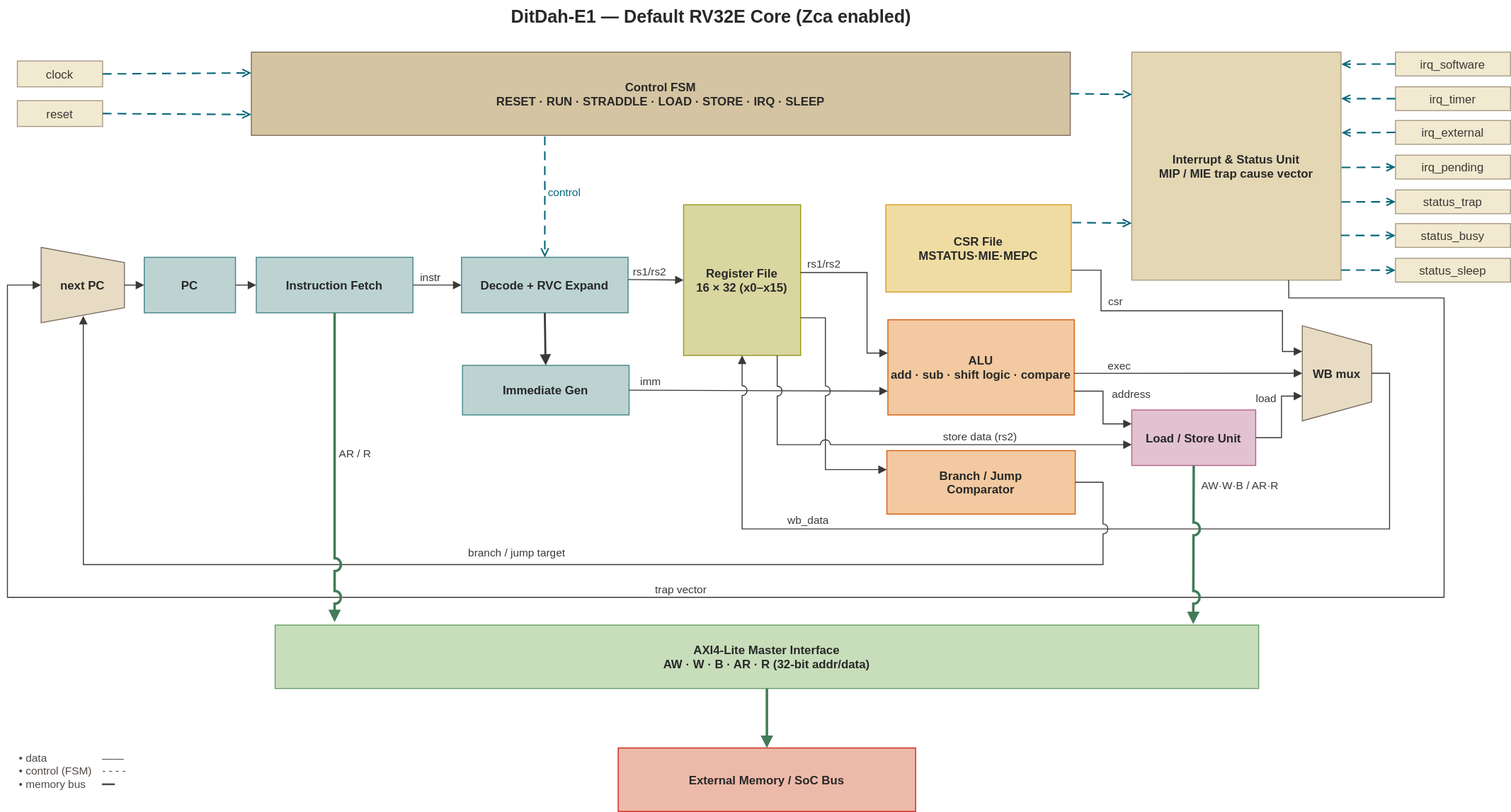
Earlier version of the draw.io export doc/ditdah_e1_microarchitecture.drawio.svg (vowstar/ditdah-e1). Source tidied: cells renumbered, new cells last; positions are measured from the earlier drawing's top-left corner, leaving out a move shared by most shapes.
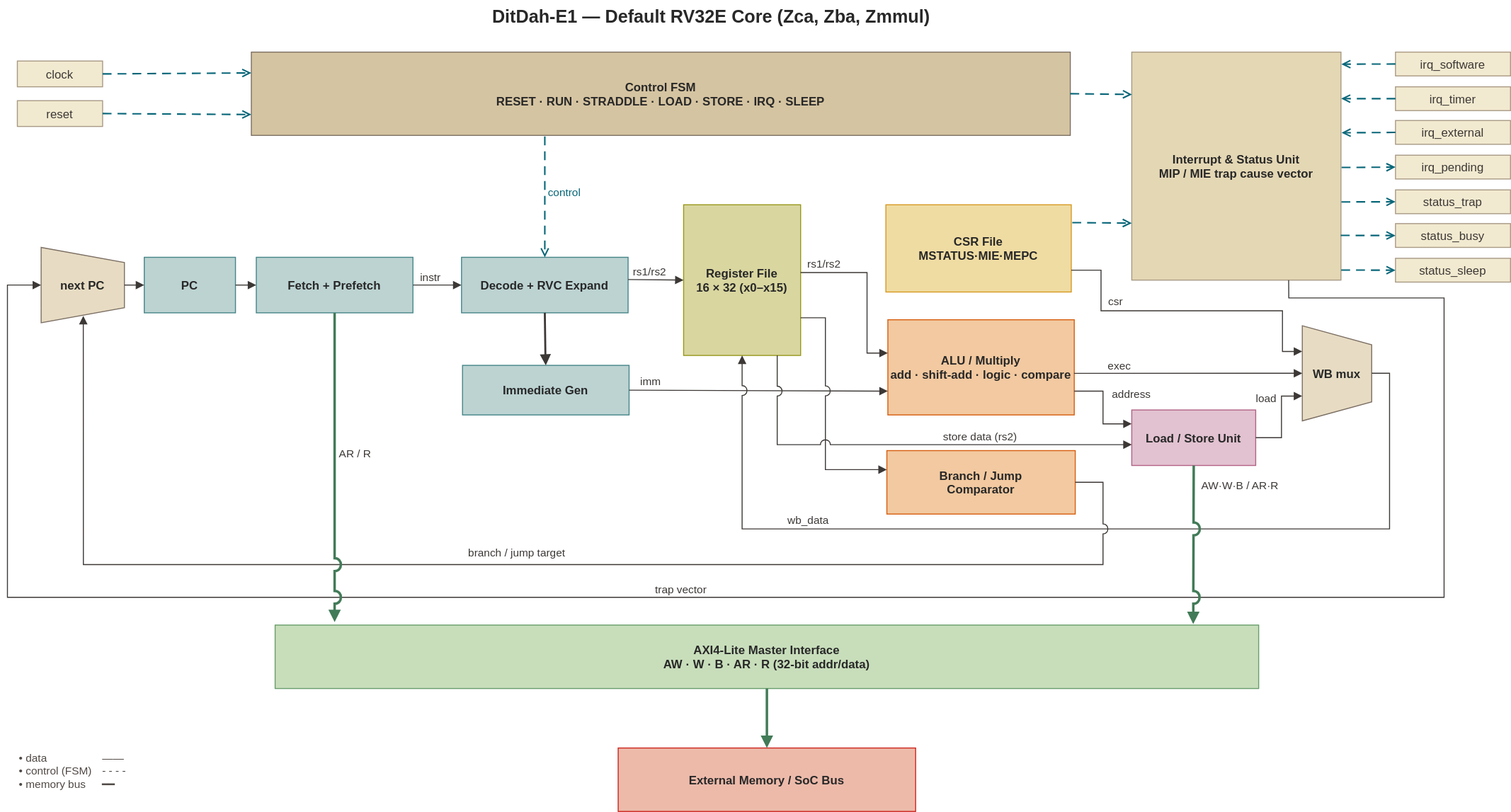
Above is the later version.

The edit, as a diff of the source:
```diff
@@ -2,7 +2,7 @@
   <root>
     <mxCell id="0" />
     <mxCell id="1" parent="0" />
-    <mxCell id="2" value="DitDah-E1 — Default RV32E Core (Zca enabled)" style="text;align=center;verticalAlign=middle;fontSize=18;fontStyle=1;fontColor=#282828;labelBackgroundColor=none;fillColor=none;" parent="1" vertex="1">
+    <mxCell id="2" value="DitDah-E1 — Default RV32E Core (Zca, Zba, Zmmul)" style="text;align=center;verticalAlign=middle;fontSize=18;fontStyle=1;fontColor=#282828;labelBackgroundColor=none;fillColor=none;" parent="1" vertex="1">
       <mxGeometry x="330" width="760" height="30" as="geometry" />
     </mxCell>
     <mxCell id="3" value="Control FSM&#10;RESET · RUN · STRADDLE · LOAD · STORE · IRQ · SLEEP" style="rounded=0;fillColor=#d5c4a1;strokeColor=#7c6f64;fontColor=#282828; fontSize=12;fontStyle=1;" parent="1" vertex="1">
@@ -17,7 +17,7 @@
     <mxCell id="6" value="PC" style="rounded=0;fillColor=#bcd3d2;strokeColor=#458588;fontColor=#282828; fontSize=14;fontStyle=1;" parent="1" vertex="1">
       <mxGeometry x="138" y="259" width="92" height="56" as="geometry" />
     </mxCell>
-    <mxCell id="7" value="Instruction Fetch" style="rounded=0;fillColor=#bcd3d2;strokeColor=#458588;fontColor=#282828; fontSize=12;fontStyle=1;" parent="1" vertex="1">
+    <mxCell id="7" value="Fetch + Prefetch" style="rounded=0;fillColor=#bcd3d2;strokeColor=#458588;fontColor=#282828; fontSize=12;fontStyle=1;" parent="1" vertex="1">
       <mxGeometry x="251" y="259" width="158" height="56" as="geometry" />
     </mxCell>
     <mxCell id="8" value="Decode + RVC Expand" style="rounded=0;fillColor=#bcd3d2;strokeColor=#458588;fontColor=#282828; fontSize=12;fontStyle=1;" parent="1" vertex="1">
@@ -26,7 +26,7 @@
     <mxCell id="9" value="Register File&#10;16 × 32 (x0–x15)" style="rounded=0;fillColor=#d9d6a0;strokeColor=#98971a;fontColor=#282828; fontSize=12;fontStyle=1;" parent="1" vertex="1">
       <mxGeometry x="682" y="206" width="118" height="152" as="geometry" />
     </mxCell>
-    <mxCell id="10" value="ALU&#10;add · sub · shift logic · compare" style="rounded=0;fillColor=#f2c9a0;strokeColor=#d65d0e;fontColor=#282828; fontSize=12;fontStyle=1;" parent="1" vertex="1">
+    <mxCell id="10" value="ALU / Multiply&#10;add · shift-add · logic · compare" style="rounded=0;fillColor=#f2c9a0;strokeColor=#d65d0e;fontColor=#282828; fontSize=12;fontStyle=1;" parent="1" vertex="1">
       <mxGeometry x="888" y="322" width="188" height="96" as="geometry" />
     </mxCell>
     <mxCell id="11" value="Load / Store Unit" style="rounded=0;fillColor=#e2c2d0;strokeColor=#b16286;fontColor=#282828; fontSize=12;fontStyle=1;" parent="1" vertex="1">
```
